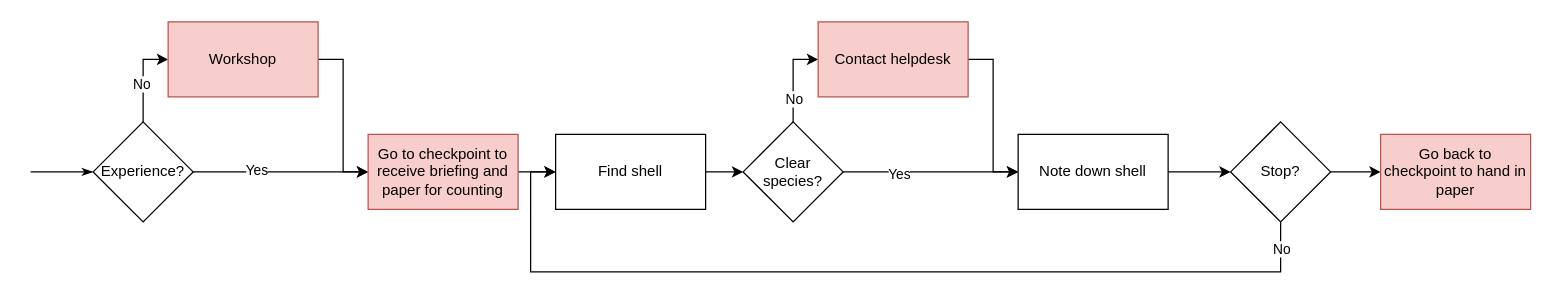
The draw.io diagram page "Current counting scenario" (1 of 2) of Tex/fig/Counting shells.drawio in TijsVK/Counting-shells, before the edit. Source tidied: cells renumbered, new cells numbered last; positions are measured from the earlier drawing's top-left corner, leaving out a move shared by most shapes. Both pictures are drawn from the tidied source at 125%, with x=0, y=0 at pixel (30, 21).
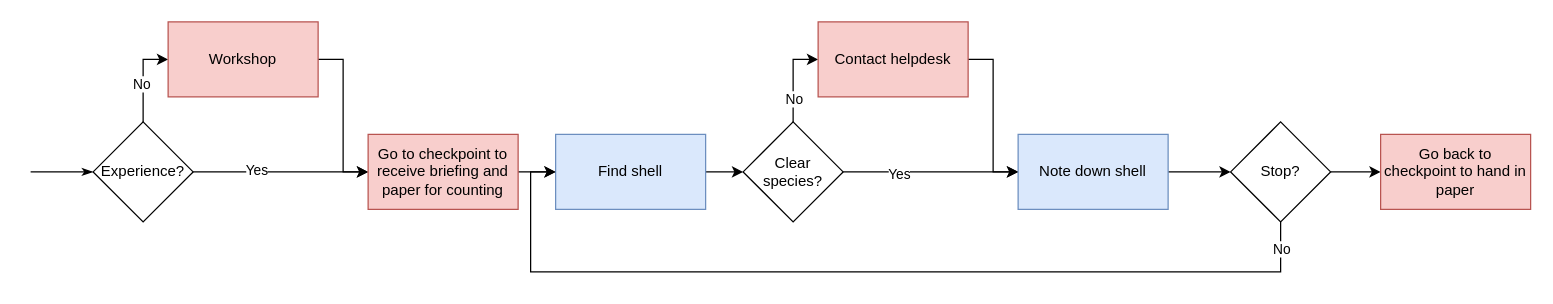
The same diagram, later.

Diff of the diagram source:
```diff
@@
-    <mxCell id="13" value="Find shell" style="rounded=0;whiteSpace=wrap;html=1;" parent="1" vertex="1">
+    <mxCell id="13" value="Find shell" style="rounded=0;whiteSpace=wrap;html=1;fillColor=#dae8fc;strokeColor=#6c8ebf;" parent="1" vertex="1">
       <mxGeometry x="420" y="90" width="120" height="60" as="geometry" />
     </mxCell>
@@
-    <mxCell id="20" value="Note down shell" style="rounded=0;whiteSpace=wrap;html=1;" parent="1" vertex="1">
+    <mxCell id="20" value="Note down shell" style="rounded=0;whiteSpace=wrap;html=1;fillColor=#dae8fc;strokeColor=#6c8ebf;" parent="1" vertex="1">
       <mxGeometry x="790" y="90" width="120" height="60" as="geometry" />
     </mxCell>
```
